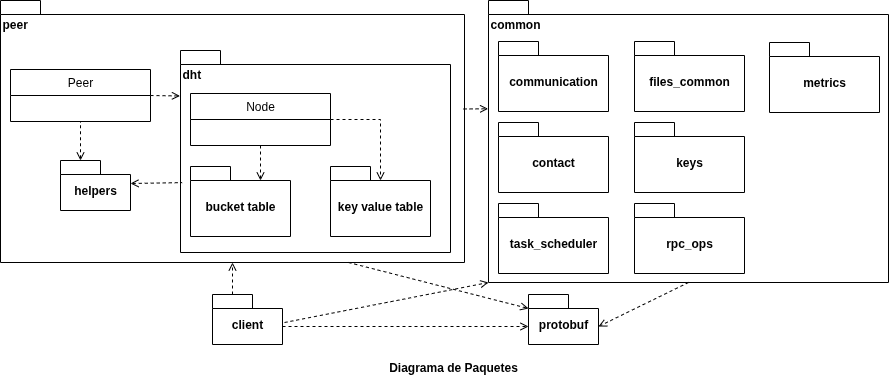
This is docs/DiagramaDePaquetes.png from rafaelputaro/tp7561, a draw.io export, as it was before one commit. Source tidied: cells renumbered, new cells last; positions are measured from the earlier drawing's top-left corner, leaving out a move shared by most shapes.
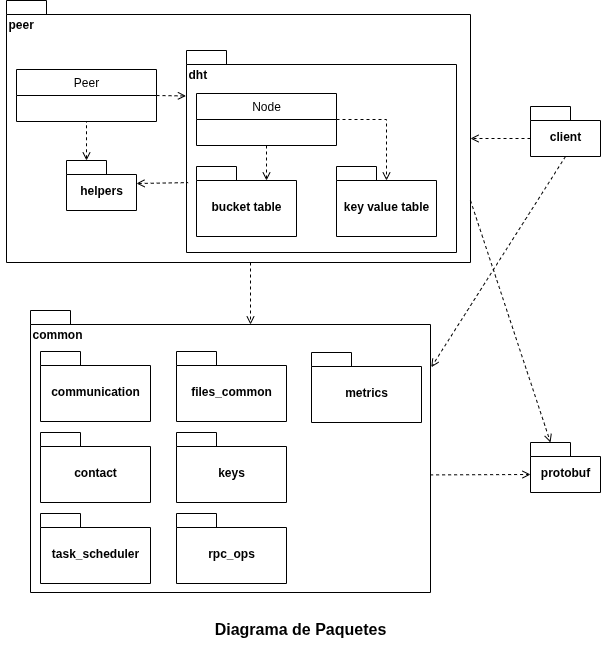
After the change.

Change to the diagram source:
```diff
@@ -43,60 +43,57 @@
       </mxGeometry>
     </mxCell>
     <mxCell id="13" value="common" style="shape=folder;fontStyle=1;spacingTop=10;tabWidth=40;tabHeight=14;tabPosition=left;html=1;whiteSpace=wrap;align=left;verticalAlign=top;fillColor=none;" parent="1" vertex="1">
-      <mxGeometry x="488" width="400" height="282" as="geometry" />
+      <mxGeometry x="24" y="310" width="400" height="282" as="geometry" />
     </mxCell>
     <mxCell id="14" value="communication" style="shape=folder;fontStyle=1;spacingTop=10;tabWidth=40;tabHeight=14;tabPosition=left;html=1;whiteSpace=wrap;" parent="1" vertex="1">
-      <mxGeometry x="498" y="41" width="110" height="70" as="geometry" />
+      <mxGeometry x="34" y="351" width="110" height="70" as="geometry" />
     </mxCell>
     <mxCell id="15" value="contact" style="shape=folder;fontStyle=1;spacingTop=10;tabWidth=40;tabHeight=14;tabPosition=left;html=1;whiteSpace=wrap;" parent="1" vertex="1">
-      <mxGeometry x="498" y="122" width="110" height="70" as="geometry" />
+      <mxGeometry x="34" y="432" width="110" height="70" as="geometry" />
     </mxCell>
     <mxCell id="16" value="files_common" style="shape=folder;fontStyle=1;spacingTop=10;tabWidth=40;tabHeight=14;tabPosition=left;html=1;whiteSpace=wrap;" parent="1" vertex="1">
-      <mxGeometry x="634" y="41" width="110" height="70" as="geometry" />
+      <mxGeometry x="170" y="351" width="110" height="70" as="geometry" />
     </mxCell>
     <mxCell id="17" value="keys" style="shape=folder;fontStyle=1;spacingTop=10;tabWidth=40;tabHeight=14;tabPosition=left;html=1;whiteSpace=wrap;" parent="1" vertex="1">
-      <mxGeometry x="634" y="122" width="110" height="70" as="geometry" />
+      <mxGeometry x="170" y="432" width="110" height="70" as="geometry" />
     </mxCell>
     <mxCell id="18" value="metrics" style="shape=folder;fontStyle=1;spacingTop=10;tabWidth=40;tabHeight=14;tabPosition=left;html=1;whiteSpace=wrap;" parent="1" vertex="1">
-      <mxGeometry x="769" y="42" width="110" height="70" as="geometry" />
+      <mxGeometry x="305" y="352" width="110" height="70" as="geometry" />
     </mxCell>
     <mxCell id="19" value="rpc_ops" style="shape=folder;fontStyle=1;spacingTop=10;tabWidth=40;tabHeight=14;tabPosition=left;html=1;whiteSpace=wrap;" parent="1" vertex="1">
-      <mxGeometry x="634" y="203" width="110" height="70" as="geometry" />
+      <mxGeometry x="170" y="513" width="110" height="70" as="geometry" />
     </mxCell>
     <mxCell id="20" value="task_scheduler" style="shape=folder;fontStyle=1;spacingTop=10;tabWidth=40;tabHeight=14;tabPosition=left;html=1;whiteSpace=wrap;" parent="1" vertex="1">
-      <mxGeometry x="498" y="203" width="110" height="70" as="geometry" />
+      <mxGeometry x="34" y="513" width="110" height="70" as="geometry" />
     </mxCell>
-    <mxCell id="21" style="endArrow=open;startArrow=none;endFill=0;startFill=0;html=1;rounded=0;dashed=1;entryX=-0.001;entryY=0.384;entryDx=0;entryDy=0;entryPerimeter=0;exitX=0.998;exitY=0.414;exitDx=0;exitDy=0;exitPerimeter=0;" parent="1" edge="1" source="2" target="13">
-      <mxGeometry relative="1" as="geometry" />
+    <mxCell id="21" style="endArrow=open;startArrow=none;endFill=0;startFill=0;html=1;rounded=0;dashed=1;entryX=0;entryY=0;entryDx=220;entryDy=14;entryPerimeter=0;" parent="1" edge="1" target="13">
+      <mxGeometry relative="1" as="geometry">
+        <mxPoint x="244" y="262" as="sourcePoint" />
+      </mxGeometry>
     </mxCell>
     <mxCell id="22" value="protobuf" style="shape=folder;fontStyle=1;spacingTop=10;tabWidth=40;tabHeight=14;tabPosition=left;html=1;whiteSpace=wrap;" parent="1" vertex="1">
-      <mxGeometry x="528" y="294" width="70" height="50" as="geometry" />
+      <mxGeometry x="524" y="442" width="70" height="50" as="geometry" />
     </mxCell>
     <mxCell id="23" value="client" style="shape=folder;fontStyle=1;spacingTop=10;tabWidth=40;tabHeight=14;tabPosition=left;html=1;whiteSpace=wrap;" parent="1" vertex="1">
-      <mxGeometry x="212" y="294" width="70" height="50" as="geometry" />
+      <mxGeometry x="524" y="106" width="70" height="50" as="geometry" />
     </mxCell>
-    <mxCell id="24" style="endArrow=open;startArrow=none;endFill=0;startFill=0;html=1;rounded=0;dashed=1;entryX=0;entryY=0;entryDx=0;entryDy=32;entryPerimeter=0;exitX=0;exitY=0;exitDx=70;exitDy=32;exitPerimeter=0;" parent="1" edge="1" source="23" target="22">
+    <mxCell id="24" style="endArrow=open;startArrow=none;endFill=0;startFill=0;html=1;rounded=0;dashed=1;entryX=0;entryY=0;entryDx=0;entryDy=32;entryPerimeter=0;exitX=0.999;exitY=0.583;exitDx=0;exitDy=0;exitPerimeter=0;" parent="1" edge="1" source="13" target="22">
       <mxGeometry relative="1" as="geometry" />
     </mxCell>
-    <mxCell id="25" style="endArrow=open;startArrow=none;endFill=0;startFill=0;html=1;rounded=0;dashed=1;entryX=0.5;entryY=1;entryDx=0;entryDy=0;entryPerimeter=0;exitX=0;exitY=0;exitDx=20;exitDy=0;exitPerimeter=0;" parent="1" edge="1" source="23" target="2">
+    <mxCell id="25" style="endArrow=open;startArrow=none;endFill=0;startFill=0;html=1;rounded=0;dashed=1;exitX=0;exitY=0;exitDx=0;exitDy=32;exitPerimeter=0;entryX=0;entryY=0;entryDx=464;entryDy=138;entryPerimeter=0;" parent="1" edge="1" source="23" target="2">
       <mxGeometry relative="1" as="geometry" />
     </mxCell>
-    <mxCell id="26" style="endArrow=open;startArrow=none;endFill=0;startFill=0;html=1;rounded=0;dashed=1;entryX=0;entryY=0;entryDx=0;entryDy=14;entryPerimeter=0;exitX=0.75;exitY=1;exitDx=0;exitDy=0;exitPerimeter=0;" parent="1" edge="1" source="2" target="22">
+    <mxCell id="26" style="endArrow=open;startArrow=none;endFill=0;startFill=0;html=1;rounded=0;dashed=1;entryX=1.002;entryY=0.201;entryDx=0;entryDy=0;entryPerimeter=0;exitX=0.5;exitY=1;exitDx=0;exitDy=0;exitPerimeter=0;" parent="1" edge="1" source="23" target="13">
       <mxGeometry relative="1" as="geometry" />
     </mxCell>
-    <mxCell id="27" style="endArrow=open;startArrow=none;endFill=0;startFill=0;html=1;rounded=0;dashed=1;exitX=0.5;exitY=1;exitDx=0;exitDy=0;exitPerimeter=0;entryX=0;entryY=0;entryDx=70;entryDy=32;entryPerimeter=0;" parent="1" edge="1" source="13" target="22">
-      <mxGeometry relative="1" as="geometry" />
-    </mxCell>
     <mxCell id="28" style="endArrow=none;startArrow=open;endFill=0;startFill=0;html=1;rounded=0;dashed=1;exitX=0;exitY=0;exitDx=20;exitDy=0;exitPerimeter=0;entryX=0.5;entryY=1;entryDx=0;entryDy=0;" parent="1" edge="1" source="4" target="3">
       <mxGeometry relative="1" as="geometry" />
     </mxCell>
-    <mxCell id="29" value="&lt;b&gt;Diagrama de Paquetes&lt;/b&gt;" style="text;html=1;align=center;verticalAlign=middle;whiteSpace=wrap;rounded=0;" parent="1" vertex="1">
-      <mxGeometry x="378" y="352" width="150" height="30" as="geometry" />
+    <mxCell id="29" value="&lt;b&gt;&lt;font style=&quot;font-size: 16px;&quot;&gt;Diagrama de Paquetes&lt;/font&gt;&lt;/b&gt;" style="text;html=1;align=center;verticalAlign=middle;whiteSpace=wrap;rounded=0;" parent="1" vertex="1">
+      <mxGeometry x="-6" y="603" width="600" height="50" as="geometry" />
     </mxCell>
-    <mxCell id="30" style="endArrow=open;startArrow=none;endFill=0;startFill=0;html=1;rounded=0;dashed=1;entryX=0;entryY=0;entryDx=0;entryDy=282;entryPerimeter=0;" parent="1" edge="1" target="13">
-      <mxGeometry relative="1" as="geometry">
-        <mxPoint x="284" y="322" as="sourcePoint" />
-      </mxGeometry>
+    <mxCell id="30" style="endArrow=open;startArrow=none;endFill=0;startFill=0;html=1;rounded=0;dashed=1;entryX=0;entryY=0;entryDx=20;entryDy=0;entryPerimeter=0;exitX=0;exitY=0;exitDx=464;exitDy=200;exitPerimeter=0;" parent="1" edge="1" source="2" target="22">
+      <mxGeometry relative="1" as="geometry" />
     </mxCell>
   </root>
 </mxGraphModel>
```
